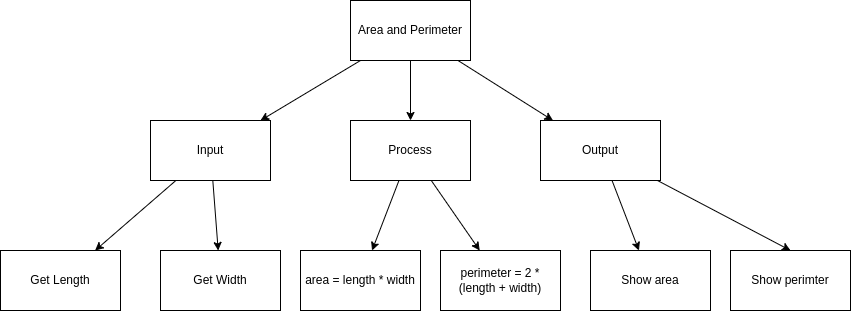
The draw.io diagram design.png in ICS3U-2-2021/ICS3U-Unit2-02-Python, before a commit. Source tidied: cells renumbered, new cells last; positions are measured from the earlier drawing's top-left corner, leaving out a move shared by most shapes. Source of this version:
```xml
<mxGraphModel>
  <root>
    <mxCell id="0" />
    <mxCell id="1" parent="0" />
    <mxCell id="2" style="edgeStyle=none;html=1;entryX=0.5;entryY=0;entryDx=0;entryDy=0;" parent="1" edge="1" source="5" target="8">
      <mxGeometry relative="1" as="geometry" />
    </mxCell>
    <mxCell id="3" style="edgeStyle=none;html=1;rounded=0;" parent="1" edge="1" source="5" target="11">
      <mxGeometry relative="1" as="geometry" />
    </mxCell>
    <mxCell id="4" style="edgeStyle=none;rounded=0;html=1;" parent="1" edge="1" source="5" target="14">
      <mxGeometry relative="1" as="geometry" />
    </mxCell>
    <mxCell id="5" value="Area and Perimeter" style="rounded=0;whiteSpace=wrap;html=1;" parent="1" vertex="1">
      <mxGeometry x="350" width="120" height="60" as="geometry" />
    </mxCell>
    <mxCell id="6" style="edgeStyle=none;rounded=0;html=1;" parent="1" edge="1" source="8" target="17">
      <mxGeometry relative="1" as="geometry" />
    </mxCell>
    <mxCell id="7" style="edgeStyle=none;rounded=0;html=1;" parent="1" edge="1" source="8" target="18">
      <mxGeometry relative="1" as="geometry" />
    </mxCell>
    <mxCell id="8" value="Process" style="rounded=0;whiteSpace=wrap;html=1;" parent="1" vertex="1">
      <mxGeometry x="350" y="120" width="120" height="60" as="geometry" />
    </mxCell>
    <mxCell id="9" style="edgeStyle=none;rounded=0;html=1;" parent="1" edge="1" source="11" target="15">
      <mxGeometry relative="1" as="geometry" />
    </mxCell>
    <mxCell id="10" style="edgeStyle=none;rounded=0;html=1;" parent="1" edge="1" source="11" target="16">
      <mxGeometry relative="1" as="geometry" />
    </mxCell>
    <mxCell id="11" value="Input" style="rounded=0;whiteSpace=wrap;html=1;" parent="1" vertex="1">
      <mxGeometry x="150" y="120" width="120" height="60" as="geometry" />
    </mxCell>
    <mxCell id="12" style="edgeStyle=none;rounded=0;html=1;" parent="1" edge="1" source="14" target="19">
      <mxGeometry relative="1" as="geometry" />
    </mxCell>
    <mxCell id="13" style="edgeStyle=none;rounded=0;html=1;entryX=0.5;entryY=0;entryDx=0;entryDy=0;" parent="1" edge="1" source="14" target="20">
      <mxGeometry relative="1" as="geometry" />
    </mxCell>
    <mxCell id="14" value="Output" style="rounded=0;whiteSpace=wrap;html=1;" parent="1" vertex="1">
      <mxGeometry x="540" y="120" width="120" height="60" as="geometry" />
    </mxCell>
    <mxCell id="15" value="Get Width" style="rounded=0;whiteSpace=wrap;html=1;" parent="1" vertex="1">
      <mxGeometry x="160" y="250" width="120" height="60" as="geometry" />
    </mxCell>
    <mxCell id="16" value="Get Length" style="rounded=0;whiteSpace=wrap;html=1;" parent="1" vertex="1">
      <mxGeometry y="250" width="120" height="60" as="geometry" />
    </mxCell>
    <mxCell id="17" value="area = length * width" style="rounded=0;whiteSpace=wrap;html=1;" parent="1" vertex="1">
      <mxGeometry x="300" y="250" width="120" height="60" as="geometry" />
    </mxCell>
    <mxCell id="18" value="perimeter = 2 * (length + width)" style="rounded=0;whiteSpace=wrap;html=1;" parent="1" vertex="1">
      <mxGeometry x="440" y="250" width="120" height="60" as="geometry" />
    </mxCell>
    <mxCell id="19" value="Show area" style="rounded=0;whiteSpace=wrap;html=1;" parent="1" vertex="1">
      <mxGeometry x="590" y="250" width="120" height="60" as="geometry" />
    </mxCell>
    <mxCell id="20" value="Show perimter" style="rounded=0;whiteSpace=wrap;html=1;" parent="1" vertex="1">
      <mxGeometry x="730" y="250" width="120" height="60" as="geometry" />
    </mxCell>
  </root>
</mxGraphModel>
```
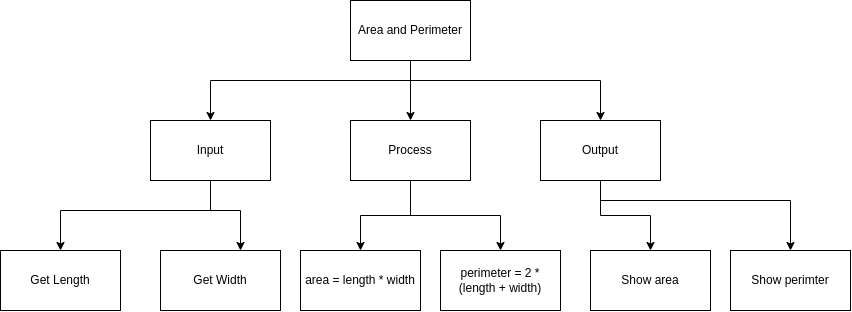
The same file after the commit.

Change to the diagram source:
```diff
@@ -5,38 +5,63 @@
     <mxCell id="2" style="edgeStyle=none;html=1;entryX=0.5;entryY=0;entryDx=0;entryDy=0;" parent="1" edge="1" source="5" target="8">
       <mxGeometry relative="1" as="geometry" />
     </mxCell>
-    <mxCell id="3" style="edgeStyle=none;html=1;rounded=0;" parent="1" edge="1" source="5" target="11">
-      <mxGeometry relative="1" as="geometry" />
+    <mxCell id="3" style="edgeStyle=orthogonalEdgeStyle;html=1;rounded=0;" parent="1" edge="1" source="5" target="11">
+      <mxGeometry relative="1" as="geometry">
+        <Array as="points">
+          <mxPoint x="410" y="80" />
+          <mxPoint x="210" y="80" />
+        </Array>
+      </mxGeometry>
     </mxCell>
-    <mxCell id="4" style="edgeStyle=none;rounded=0;html=1;" parent="1" edge="1" source="5" target="14">
-      <mxGeometry relative="1" as="geometry" />
+    <mxCell id="4" style="edgeStyle=orthogonalEdgeStyle;rounded=0;html=1;" parent="1" edge="1" source="5" target="14">
+      <mxGeometry relative="1" as="geometry">
+        <Array as="points">
+          <mxPoint x="410" y="80" />
+          <mxPoint x="600" y="80" />
+        </Array>
+      </mxGeometry>
     </mxCell>
     <mxCell id="5" value="Area and Perimeter" style="rounded=0;whiteSpace=wrap;html=1;" parent="1" vertex="1">
       <mxGeometry x="350" width="120" height="60" as="geometry" />
     </mxCell>
-    <mxCell id="6" style="edgeStyle=none;rounded=0;html=1;" parent="1" edge="1" source="8" target="17">
+    <mxCell id="6" style="edgeStyle=orthogonalEdgeStyle;rounded=0;html=1;" parent="1" edge="1" source="8" target="17">
       <mxGeometry relative="1" as="geometry" />
     </mxCell>
-    <mxCell id="7" style="edgeStyle=none;rounded=0;html=1;" parent="1" edge="1" source="8" target="18">
+    <mxCell id="7" style="edgeStyle=orthogonalEdgeStyle;rounded=0;html=1;" parent="1" edge="1" source="8" target="18">
       <mxGeometry relative="1" as="geometry" />
     </mxCell>
     <mxCell id="8" value="Process" style="rounded=0;whiteSpace=wrap;html=1;" parent="1" vertex="1">
       <mxGeometry x="350" y="120" width="120" height="60" as="geometry" />
     </mxCell>
-    <mxCell id="9" style="edgeStyle=none;rounded=0;html=1;" parent="1" edge="1" source="11" target="15">
-      <mxGeometry relative="1" as="geometry" />
+    <mxCell id="9" style="edgeStyle=orthogonalEdgeStyle;rounded=0;html=1;" parent="1" edge="1" source="11" target="15">
+      <mxGeometry relative="1" as="geometry">
+        <Array as="points">
+          <mxPoint x="210" y="210" />
+          <mxPoint x="240" y="210" />
+        </Array>
+      </mxGeometry>
     </mxCell>
-    <mxCell id="10" style="edgeStyle=none;rounded=0;html=1;" parent="1" edge="1" source="11" target="16">
-      <mxGeometry relative="1" as="geometry" />
+    <mxCell id="10" style="edgeStyle=orthogonalEdgeStyle;rounded=0;html=1;" parent="1" edge="1" source="11" target="16">
+      <mxGeometry relative="1" as="geometry">
+        <Array as="points">
+          <mxPoint x="210" y="210" />
+          <mxPoint x="60" y="210" />
+        </Array>
+      </mxGeometry>
     </mxCell>
     <mxCell id="11" value="Input" style="rounded=0;whiteSpace=wrap;html=1;" parent="1" vertex="1">
       <mxGeometry x="150" y="120" width="120" height="60" as="geometry" />
     </mxCell>
-    <mxCell id="12" style="edgeStyle=none;rounded=0;html=1;" parent="1" edge="1" source="14" target="19">
+    <mxCell id="12" style="edgeStyle=orthogonalEdgeStyle;rounded=0;html=1;" parent="1" edge="1" source="14" target="19">
       <mxGeometry relative="1" as="geometry" />
     </mxCell>
-    <mxCell id="13" style="edgeStyle=none;rounded=0;html=1;entryX=0.5;entryY=0;entryDx=0;entryDy=0;" parent="1" edge="1" source="14" target="20">
-      <mxGeometry relative="1" as="geometry" />
+    <mxCell id="13" style="edgeStyle=orthogonalEdgeStyle;rounded=0;html=1;entryX=0.5;entryY=0;entryDx=0;entryDy=0;" parent="1" edge="1" source="14" target="20">
+      <mxGeometry relative="1" as="geometry">
+        <Array as="points">
+          <mxPoint x="600" y="200" />
+          <mxPoint x="790" y="200" />
+        </Array>
+      </mxGeometry>
     </mxCell>
     <mxCell id="14" value="Output" style="rounded=0;whiteSpace=wrap;html=1;" parent="1" vertex="1">
       <mxGeometry x="540" y="120" width="120" height="60" as="geometry" />
```
